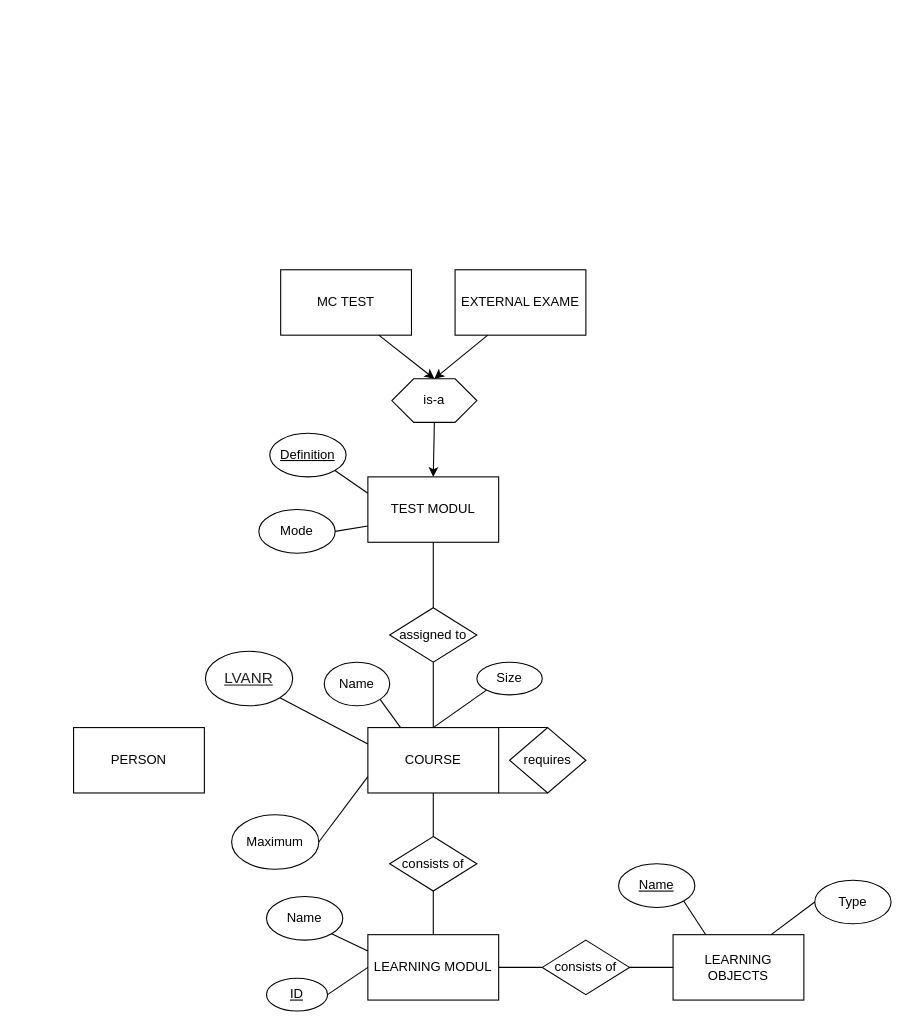
Above: E-learning.drawio in mars-veracruz/First-Repo (draw.io), before the change. Source tidied: cells renumbered, new cells numbered last; positions are measured from the earlier drawing's top-left corner, leaving out a move shared by most shapes. Both pictures are drawn from the tidied source at 109%, with x=0, y=0 at pixel (73, 269).
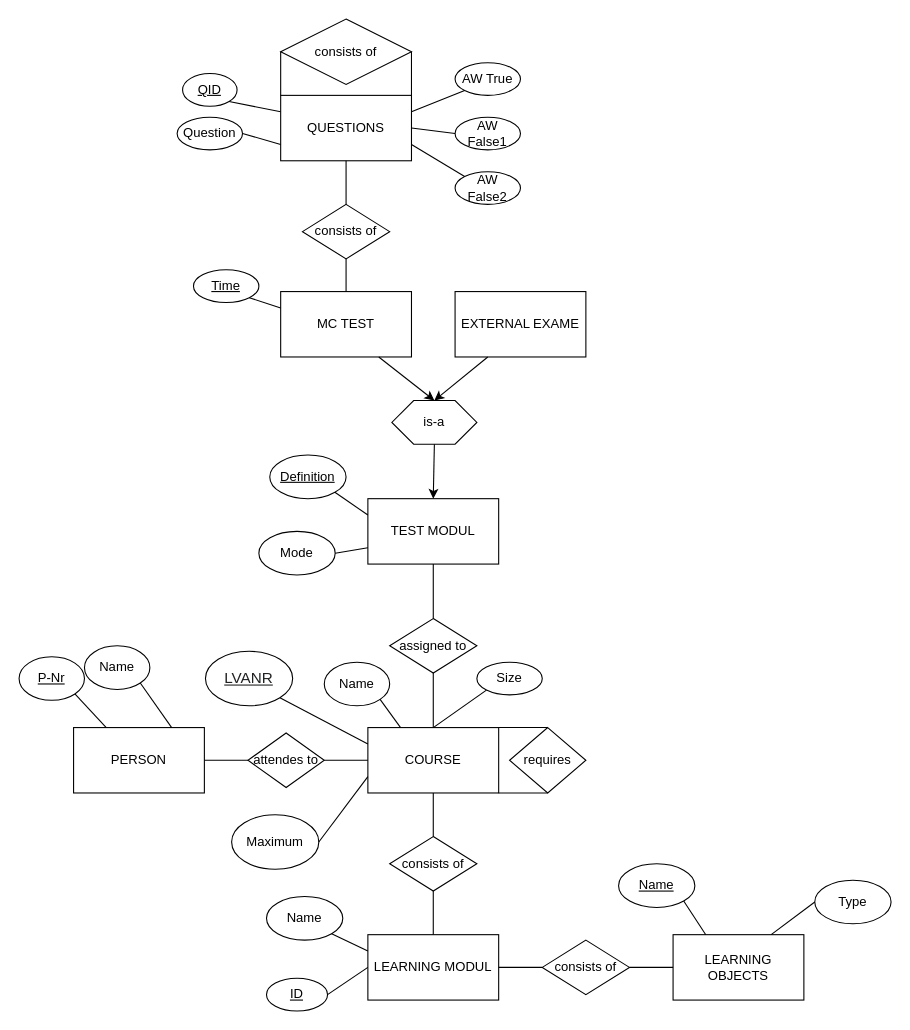
After the change.

The change refers to these unchanged cells:
```xml
<mxCell id="2" value="COURSE" style="rounded=0;whiteSpace=wrap;html=1;" parent="1" vertex="1">
  <mxGeometry x="270" y="420" width="120" height="60" as="geometry" />
</mxCell>
<mxCell id="8" value="PERSON" style="rounded=0;whiteSpace=wrap;html=1;" parent="1" vertex="1">
  <mxGeometry y="420" width="120" height="60" as="geometry" />
</mxCell>
```

The edit, as a diff of the source:
```diff
@@
     <mxCell id="14" value="TEST MODUL" style="rounded=0;whiteSpace=wrap;html=1;" parent="1" vertex="1">
-      <mxGeometry x="270" y="190" width="120" height="60" as="geometry" />
+      <mxGeometry x="270" y="210" width="120" height="60" as="geometry" />
     </mxCell>
@@
     <mxCell id="26" value="&lt;u&gt;Definition&lt;/u&gt;" style="ellipse;whiteSpace=wrap;html=1;" parent="1" vertex="1">
-      <mxGeometry x="180" y="150" width="70" height="40" as="geometry" />
+      <mxGeometry x="180" y="170" width="70" height="40" as="geometry" />
     </mxCell>
@@
     <mxCell id="28" value="Mode" style="ellipse;whiteSpace=wrap;html=1;" parent="1" vertex="1">
-      <mxGeometry x="170" y="220" width="70" height="40" as="geometry" />
+      <mxGeometry x="170" y="240" width="70" height="40" as="geometry" />
     </mxCell>
@@
     <mxCell id="30" value="assigned to" style="rhombus;whiteSpace=wrap;html=1;" parent="1" vertex="1">
-      <mxGeometry x="290" y="310" width="80" height="50" as="geometry" />
+      <mxGeometry x="290" y="320" width="80" height="50" as="geometry" />
     </mxCell>
@@
     <mxCell id="39" value="MC TEST" style="rounded=0;whiteSpace=wrap;html=1;" parent="1" vertex="1">
-      <mxGeometry x="190" width="120" height="60" as="geometry" />
+      <mxGeometry x="190" y="20" width="120" height="60" as="geometry" />
     </mxCell>
     <mxCell id="40" value="EXTERNAL EXAME" style="rounded=0;whiteSpace=wrap;html=1;" parent="1" vertex="1">
-      <mxGeometry x="350" width="120" height="60" as="geometry" />
+      <mxGeometry x="350" y="20" width="120" height="60" as="geometry" />
     </mxCell>
     <mxCell id="41" value="is-a" style="shape=hexagon;perimeter=hexagonPerimeter2;whiteSpace=wrap;html=1;fixedSize=1;" parent="1" vertex="1">
-      <mxGeometry x="292" y="100" width="78" height="40" as="geometry" />
+      <mxGeometry x="292" y="120" width="78" height="40" as="geometry" />
     </mxCell>
@@
+    <mxCell id="45" value="QUESTIONS" style="rounded=0;whiteSpace=wrap;html=1;" parent="1" vertex="1">
+      <mxGeometry x="190" y="-160" width="120" height="60" as="geometry" />
+    </mxCell>
+    <mxCell id="46" value="consists of" style="rhombus;whiteSpace=wrap;html=1;" parent="1" vertex="1">
+      <mxGeometry x="210" y="-60" width="80" height="50" as="geometry" />
+    </mxCell>
+    <mxCell id="47" style="endArrow=none;html=1;rounded=0;entryX=0.5;entryY=1;entryDx=0;entryDy=0;exitX=0.5;exitY=0;exitDx=0;exitDy=0;" parent="1" edge="1" source="39" target="46">
+      <mxGeometry relative="1" as="geometry" />
+    </mxCell>
+    <mxCell id="48" style="endArrow=none;html=1;rounded=0;entryX=0.5;entryY=1;entryDx=0;entryDy=0;" parent="1" edge="1" target="45">
+      <mxGeometry relative="1" as="geometry">
+        <mxPoint x="250" y="-60" as="sourcePoint" />
+      </mxGeometry>
+    </mxCell>
+    <mxCell id="49" value="consists of" style="rhombus;whiteSpace=wrap;html=1;" parent="1" vertex="1">
+      <mxGeometry x="190" y="-230" width="120" height="60" as="geometry" />
+    </mxCell>
+    <mxCell id="50" style="endArrow=none;html=1;rounded=0;entryX=1;entryY=0.5;entryDx=0;entryDy=0;exitX=1;exitY=0;exitDx=0;exitDy=0;" parent="1" edge="1" source="45" target="49">
+      <mxGeometry relative="1" as="geometry" />
+    </mxCell>
+    <mxCell id="51" style="endArrow=none;html=1;rounded=0;exitX=0;exitY=0.5;exitDx=0;exitDy=0;entryX=0;entryY=0;entryDx=0;entryDy=0;" parent="1" edge="1" source="49" target="45">
+      <mxGeometry relative="1" as="geometry" />
+    </mxCell>
+    <mxCell id="52" value="&lt;u&gt;Time&lt;/u&gt;" style="ellipse;whiteSpace=wrap;html=1;" parent="1" vertex="1">
+      <mxGeometry x="110" width="60" height="30" as="geometry" />
+    </mxCell>
+    <mxCell id="53" style="endArrow=none;html=1;rounded=0;entryX=1;entryY=1;entryDx=0;entryDy=0;exitX=0;exitY=0.25;exitDx=0;exitDy=0;" parent="1" edge="1" source="39" target="52">
+      <mxGeometry relative="1" as="geometry" />
+    </mxCell>
+    <mxCell id="54" value="&lt;u&gt;QID&lt;/u&gt;" style="ellipse;whiteSpace=wrap;html=1;" parent="1" vertex="1">
+      <mxGeometry x="100" y="-180" width="50" height="30" as="geometry" />
+    </mxCell>
+    <mxCell id="55" style="endArrow=none;html=1;rounded=0;entryX=0;entryY=0.25;entryDx=0;entryDy=0;exitX=1;exitY=1;exitDx=0;exitDy=0;" parent="1" edge="1" source="54" target="45">
+      <mxGeometry relative="1" as="geometry" />
+    </mxCell>
+    <mxCell id="56" value="Question" style="ellipse;whiteSpace=wrap;html=1;" parent="1" vertex="1">
+      <mxGeometry x="95" y="-140" width="60" height="30" as="geometry" />
+    </mxCell>
+    <mxCell id="57" value="AW True" style="ellipse;whiteSpace=wrap;html=1;" parent="1" vertex="1">
+      <mxGeometry x="350" y="-190" width="60" height="30" as="geometry" />
+    </mxCell>
+    <mxCell id="58" value="AW False1" style="ellipse;whiteSpace=wrap;html=1;" parent="1" vertex="1">
+      <mxGeometry x="350" y="-140" width="60" height="30" as="geometry" />
+    </mxCell>
+    <mxCell id="59" value="AW False2" style="ellipse;whiteSpace=wrap;html=1;" parent="1" vertex="1">
+      <mxGeometry x="350" y="-90" width="60" height="30" as="geometry" />
+    </mxCell>
+    <mxCell id="60" style="endArrow=none;html=1;rounded=0;entryX=0;entryY=0.75;entryDx=0;entryDy=0;exitX=1;exitY=0.5;exitDx=0;exitDy=0;" parent="1" edge="1" source="56" target="45">
+      <mxGeometry relative="1" as="geometry" />
+    </mxCell>
+    <mxCell id="61" style="endArrow=none;html=1;rounded=0;entryX=0;entryY=1;entryDx=0;entryDy=0;exitX=1;exitY=0.25;exitDx=0;exitDy=0;" parent="1" edge="1" source="45" target="57">
+      <mxGeometry relative="1" as="geometry" />
+    </mxCell>
+    <mxCell id="62" style="endArrow=none;html=1;rounded=0;entryX=0;entryY=0.5;entryDx=0;entryDy=0;exitX=1;exitY=0.5;exitDx=0;exitDy=0;" parent="1" edge="1" source="45" target="58">
+      <mxGeometry relative="1" as="geometry" />
+    </mxCell>
+    <mxCell id="63" style="endArrow=none;html=1;rounded=0;entryX=0;entryY=0;entryDx=0;entryDy=0;exitX=1;exitY=0.75;exitDx=0;exitDy=0;" parent="1" edge="1" source="45" target="59">
+      <mxGeometry relative="1" as="geometry" />
+    </mxCell>
+    <mxCell id="64" value="attendes to" style="rhombus;whiteSpace=wrap;html=1;" parent="1" vertex="1">
+      <mxGeometry x="160" y="425" width="70" height="50" as="geometry" />
+    </mxCell>
+    <mxCell id="65" style="endArrow=none;html=1;rounded=0;entryX=0;entryY=0.5;entryDx=0;entryDy=0;exitX=1;exitY=0.5;exitDx=0;exitDy=0;" parent="1" edge="1" source="64" target="2">
+      <mxGeometry relative="1" as="geometry" />
+    </mxCell>
+    <mxCell id="66" style="endArrow=none;html=1;rounded=0;exitX=1;exitY=0.5;exitDx=0;exitDy=0;entryX=0;entryY=0.5;entryDx=0;entryDy=0;" parent="1" edge="1" source="8" target="64">
+      <mxGeometry relative="1" as="geometry" />
+    </mxCell>
+    <mxCell id="67" value="&lt;u&gt;P-Nr&lt;/u&gt;" style="ellipse;whiteSpace=wrap;html=1;" parent="1" vertex="1">
+      <mxGeometry x="-50" y="355" width="60" height="40" as="geometry" />
+    </mxCell>
+    <mxCell id="68" style="endArrow=none;html=1;rounded=0;entryX=0.25;entryY=0;entryDx=0;entryDy=0;exitX=1;exitY=1;exitDx=0;exitDy=0;" parent="1" edge="1" source="67" target="8">
+      <mxGeometry relative="1" as="geometry" />
+    </mxCell>
+    <mxCell id="69" value="Name" style="ellipse;whiteSpace=wrap;html=1;" parent="1" vertex="1">
+      <mxGeometry x="10" y="345" width="60" height="40" as="geometry" />
+    </mxCell>
+    <mxCell id="70" style="endArrow=none;html=1;rounded=0;entryX=1;entryY=1;entryDx=0;entryDy=0;exitX=0.75;exitY=0;exitDx=0;exitDy=0;" parent="1" edge="1" source="8" target="69">
+      <mxGeometry relative="1" as="geometry" />
+    </mxCell>
```
